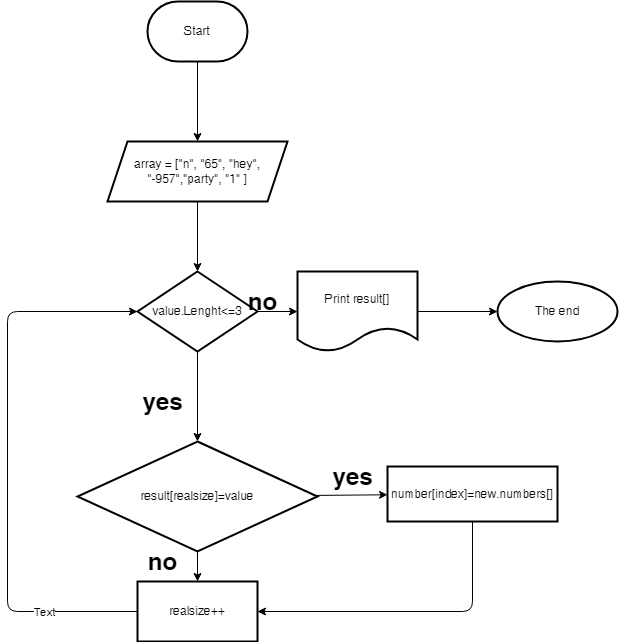
This is Блок-схема.drawio.png from NikolaevaAleksandra/-, a draw.io export, as it was before one commit. Source tidied: cells renumbered, new cells last; positions are measured from the earlier drawing's top-left corner, leaving out a move shared by most shapes.
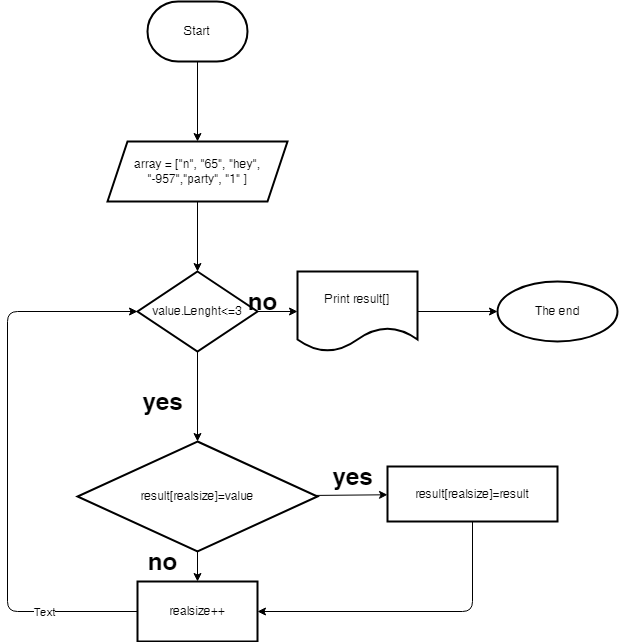
Later version of the same file.

Commit message:
Исправила блок-схему

Diff of the diagram source:
```diff
@@ -72,7 +72,7 @@
         </Array>
       </mxGeometry>
     </mxCell>
-    <mxCell id="21" value="number[index]=new.numbers[]" style="whiteSpace=wrap;html=1;strokeWidth=2;" parent="1" vertex="1">
+    <mxCell id="21" value="result[realsize]=result" style="whiteSpace=wrap;html=1;strokeWidth=2;" parent="1" vertex="1">
       <mxGeometry x="380" y="465" width="170" height="55" as="geometry" />
     </mxCell>
     <mxCell id="22" value="yes" style="text;strokeColor=none;fillColor=none;html=1;fontSize=24;fontStyle=1;verticalAlign=middle;align=center;" parent="1" vertex="1">
```
